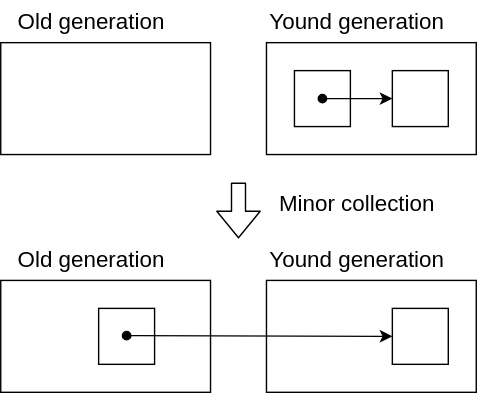
Above: assets/img/lecture_materials/GarbageCollection/ch7/promotion_of_pointer.drawio.svg in drop-stones/slides (draw.io), before the change. Source tidied: cells renumbered, new cells last; positions are measured from the earlier drawing's top-left corner, leaving out a move shared by most shapes.
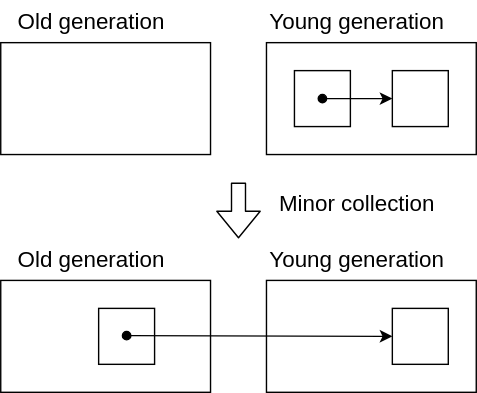
After the change.

Diff of the diagram source:
```diff
@@ -11,7 +11,7 @@
     <mxCell id="4" value="&lt;font style=&quot;font-size: 16px&quot;&gt;Old generation&lt;/font&gt;" style="text;html=1;strokeColor=none;fillColor=none;align=center;verticalAlign=middle;whiteSpace=wrap;rounded=0;" parent="1" vertex="1">
       <mxGeometry width="130" height="30" as="geometry" />
     </mxCell>
-    <mxCell id="5" value="&lt;font style=&quot;font-size: 16px&quot;&gt;Yound generation&lt;/font&gt;" style="text;html=1;strokeColor=none;fillColor=none;align=center;verticalAlign=middle;whiteSpace=wrap;rounded=0;" parent="1" vertex="1">
+    <mxCell id="5" value="&lt;font style=&quot;font-size: 16px&quot;&gt;Young generation&lt;/font&gt;" style="text;html=1;strokeColor=none;fillColor=none;align=center;verticalAlign=middle;whiteSpace=wrap;rounded=0;" parent="1" vertex="1">
       <mxGeometry x="190" width="130" height="30" as="geometry" />
     </mxCell>
     <mxCell id="6" style="shape=table;startSize=0;fillColor=none;" parent="1" vertex="1">
@@ -55,7 +55,7 @@
     <mxCell id="17" value="&lt;font style=&quot;font-size: 16px&quot;&gt;Old generation&lt;/font&gt;" style="text;html=1;strokeColor=none;fillColor=none;align=center;verticalAlign=middle;whiteSpace=wrap;rounded=0;" parent="1" vertex="1">
       <mxGeometry y="170" width="130" height="30" as="geometry" />
     </mxCell>
-    <mxCell id="18" value="&lt;font style=&quot;font-size: 16px&quot;&gt;Yound generation&lt;/font&gt;" style="text;html=1;strokeColor=none;fillColor=none;align=center;verticalAlign=middle;whiteSpace=wrap;rounded=0;" parent="1" vertex="1">
+    <mxCell id="18" value="&lt;font style=&quot;font-size: 16px&quot;&gt;Young generation&lt;/font&gt;" style="text;html=1;strokeColor=none;fillColor=none;align=center;verticalAlign=middle;whiteSpace=wrap;rounded=0;" parent="1" vertex="1">
       <mxGeometry x="190" y="170" width="130" height="30" as="geometry" />
     </mxCell>
     <mxCell id="19" style="shape=table;startSize=0;fillColor=none;" parent="1" vertex="1">
```
